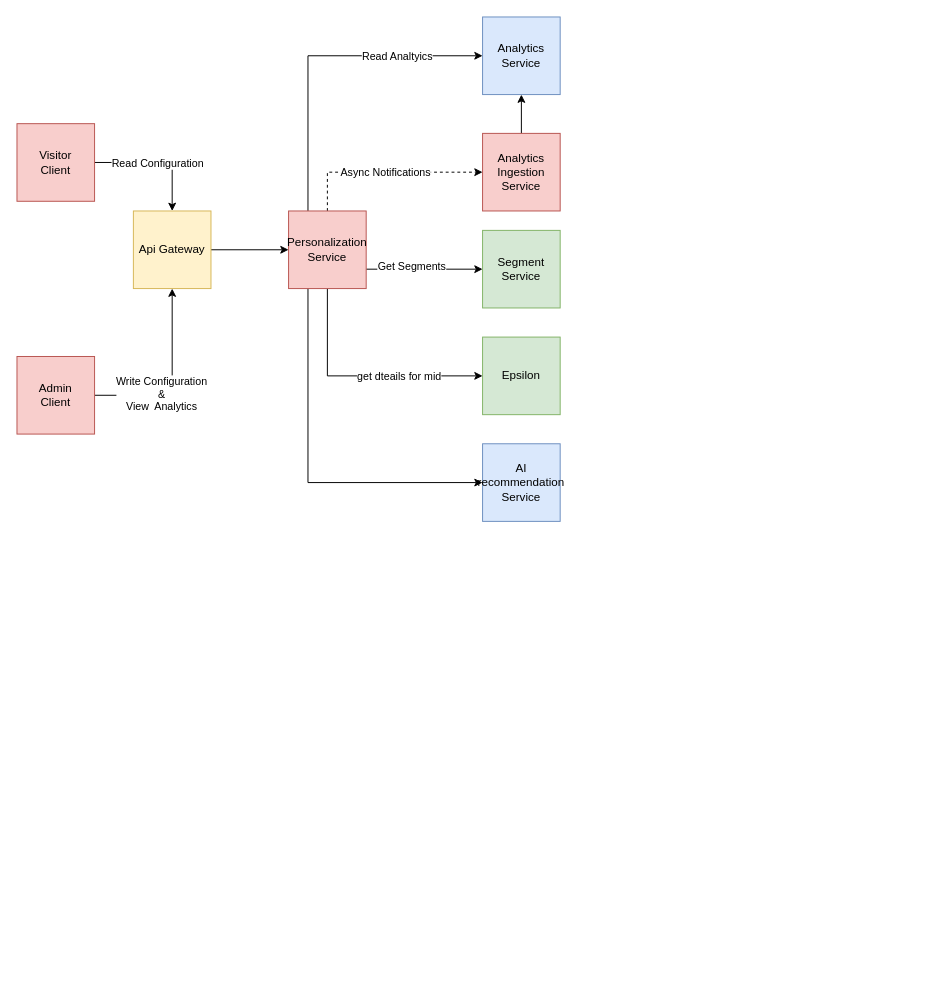
Above: page "website personalization" (1 of 3) of Untitled Diagram.drawio in DogaCUlupinar/Compiler (draw.io), before the change. Source tidied: cells renumbered, new cells numbered last; positions are measured from the earlier drawing's top-left corner, leaving out a move shared by most shapes. Both pictures are drawn from the tidied source at 97%, with x=0, y=0 at pixel (16, 16).
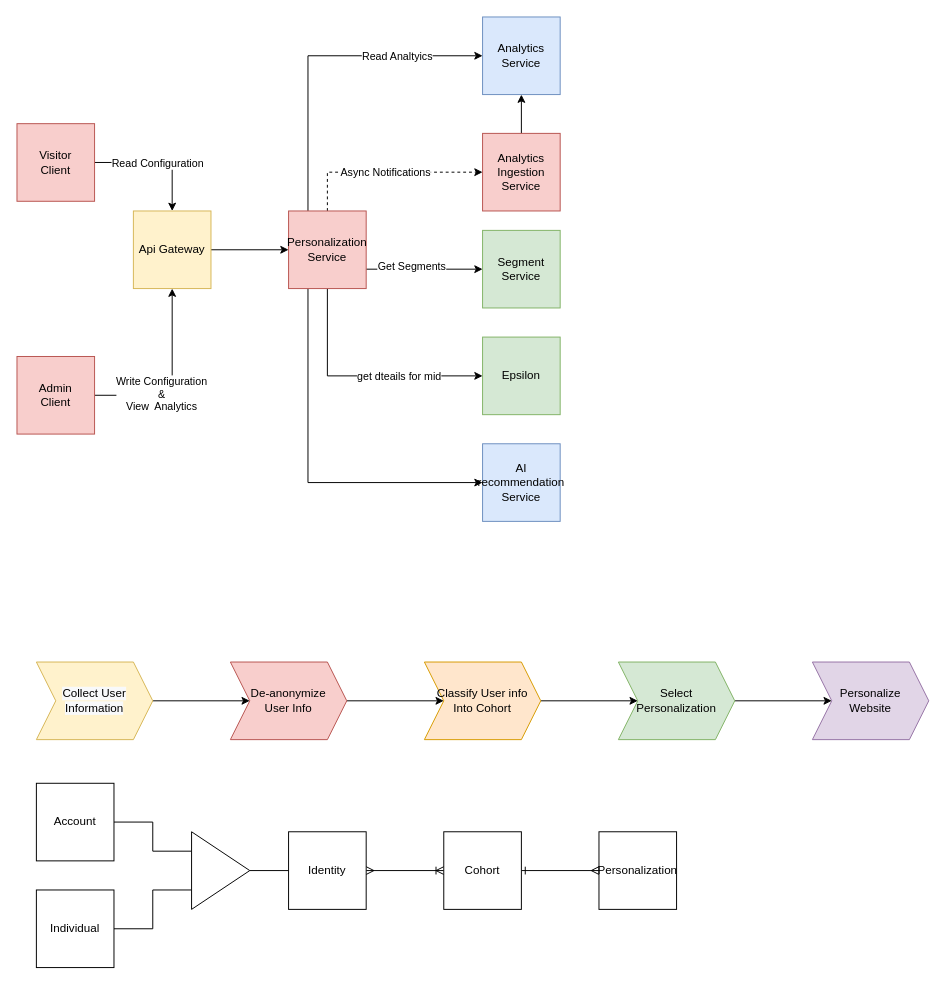
Above is the later version.

Diff of the diagram source:
```diff
@@
+    <mxCell id="25" style="edgeStyle=orthogonalEdgeStyle;rounded=0;jettySize=auto;html=1;" parent="1" edge="1" source="26" target="28">
+      <mxGeometry relative="1" as="geometry" />
+    </mxCell>
+    <mxCell id="26" value="&#10;&#10;&lt;span style=&quot;color: rgb(0, 0, 0); font-family: helvetica; font-size: 12px; font-style: normal; font-weight: 400; letter-spacing: normal; text-align: center; text-indent: 0px; text-transform: none; word-spacing: 0px; background-color: rgb(248, 249, 250); display: inline; float: none;&quot;&gt;Collect User Information&lt;/span&gt;&#10;&#10;" style="shape=step;perimeter=stepPerimeter;whiteSpace=wrap;html=1;fixedSize=1;fillColor=#fff2cc;strokeColor=#d6b656;" parent="1" vertex="1">
+      <mxGeometry x="20" y="665" width="120" height="80" as="geometry" />
+    </mxCell>
+    <mxCell id="27" style="edgeStyle=orthogonalEdgeStyle;rounded=0;jettySize=auto;html=1;" parent="1" edge="1" source="28" target="30">
+      <mxGeometry relative="1" as="geometry" />
+    </mxCell>
+    <mxCell id="28" value="De-anonymize&lt;br&gt;User Info" style="shape=step;perimeter=stepPerimeter;whiteSpace=wrap;html=1;fixedSize=1;fillColor=#f8cecc;strokeColor=#b85450;" parent="1" vertex="1">
+      <mxGeometry x="220" y="665" width="120" height="80" as="geometry" />
+    </mxCell>
+    <mxCell id="29" style="edgeStyle=orthogonalEdgeStyle;rounded=0;jettySize=auto;html=1;" parent="1" edge="1" source="30" target="32">
+      <mxGeometry relative="1" as="geometry" />
+    </mxCell>
+    <mxCell id="30" value="Classify User info &lt;br&gt;Into Cohort" style="shape=step;perimeter=stepPerimeter;whiteSpace=wrap;html=1;fixedSize=1;fillColor=#ffe6cc;strokeColor=#d79b00;" parent="1" vertex="1">
+      <mxGeometry x="420" y="665" width="120" height="80" as="geometry" />
+    </mxCell>
+    <mxCell id="31" style="edgeStyle=orthogonalEdgeStyle;rounded=0;jettySize=auto;html=1;" parent="1" edge="1" source="32" target="33">
+      <mxGeometry relative="1" as="geometry" />
+    </mxCell>
+    <mxCell id="32" value="Select Personalization" style="shape=step;perimeter=stepPerimeter;whiteSpace=wrap;html=1;fixedSize=1;fillColor=#d5e8d4;strokeColor=#82b366;" parent="1" vertex="1">
+      <mxGeometry x="620" y="665" width="120" height="80" as="geometry" />
+    </mxCell>
+    <mxCell id="33" value="Personalize&lt;br&gt;Website" style="shape=step;perimeter=stepPerimeter;whiteSpace=wrap;html=1;fixedSize=1;fillColor=#e1d5e7;strokeColor=#9673a6;" parent="1" vertex="1">
+      <mxGeometry x="820" y="665" width="120" height="80" as="geometry" />
+    </mxCell>
+    <mxCell id="34" style="edgeStyle=orthogonalEdgeStyle;rounded=0;jettySize=auto;html=1;endArrow=ERoneToMany;endFill=0;startArrow=ERmany;startFill=0;" parent="1" edge="1" source="35" target="41">
+      <mxGeometry relative="1" as="geometry" />
+    </mxCell>
+    <mxCell id="35" value="Identity" style="whiteSpace=wrap;html=1;labelBackgroundColor=none;" parent="1" vertex="1">
+      <mxGeometry x="280" y="840" width="80" height="80" as="geometry" />
+    </mxCell>
+    <mxCell id="36" style="edgeStyle=orthogonalEdgeStyle;rounded=0;jettySize=auto;html=1;exitX=1;exitY=0.5;exitDx=0;exitDy=0;entryX=0;entryY=0.25;entryDx=0;entryDy=0;startArrow=none;startFill=0;endArrow=none;endFill=0;" parent="1" edge="1" source="37" target="44">
+      <mxGeometry relative="1" as="geometry" />
+    </mxCell>
+    <mxCell id="37" value="Account" style="whiteSpace=wrap;html=1;labelBackgroundColor=none;" parent="1" vertex="1">
+      <mxGeometry x="20" y="790" width="80" height="80" as="geometry" />
+    </mxCell>
+    <mxCell id="38" style="edgeStyle=orthogonalEdgeStyle;rounded=0;jettySize=auto;html=1;exitX=1;exitY=0.5;exitDx=0;exitDy=0;entryX=0;entryY=0.75;entryDx=0;entryDy=0;startArrow=none;startFill=0;endArrow=none;endFill=0;" parent="1" edge="1" source="39" target="44">
+      <mxGeometry relative="1" as="geometry" />
+    </mxCell>
+    <mxCell id="39" value="Individual" style="whiteSpace=wrap;html=1;labelBackgroundColor=none;" parent="1" vertex="1">
+      <mxGeometry x="20" y="900" width="80" height="80" as="geometry" />
+    </mxCell>
+    <mxCell id="40" style="edgeStyle=orthogonalEdgeStyle;rounded=0;jettySize=auto;html=1;endArrow=ERmany;endFill=0;startArrow=ERone;startFill=0;" parent="1" edge="1" source="41" target="42">
+      <mxGeometry relative="1" as="geometry" />
+    </mxCell>
+    <mxCell id="41" value="Cohort" style="whiteSpace=wrap;html=1;labelBackgroundColor=none;" parent="1" vertex="1">
+      <mxGeometry x="440" y="840" width="80" height="80" as="geometry" />
+    </mxCell>
+    <mxCell id="42" value="Personalization" style="whiteSpace=wrap;html=1;labelBackgroundColor=none;" parent="1" vertex="1">
+      <mxGeometry x="600" y="840" width="80" height="80" as="geometry" />
+    </mxCell>
+    <mxCell id="43" style="edgeStyle=orthogonalEdgeStyle;rounded=0;jettySize=auto;html=1;exitX=1;exitY=0.5;exitDx=0;exitDy=0;entryX=0;entryY=0.5;entryDx=0;entryDy=0;startArrow=none;startFill=0;endArrow=none;endFill=0;" parent="1" edge="1" source="44" target="35">
+      <mxGeometry relative="1" as="geometry" />
+    </mxCell>
+    <mxCell id="44" style="triangle;whiteSpace=wrap;html=1;labelBackgroundColor=none;" parent="1" vertex="1">
+      <mxGeometry x="180" y="840" width="60" height="80" as="geometry" />
+    </mxCell>
```
